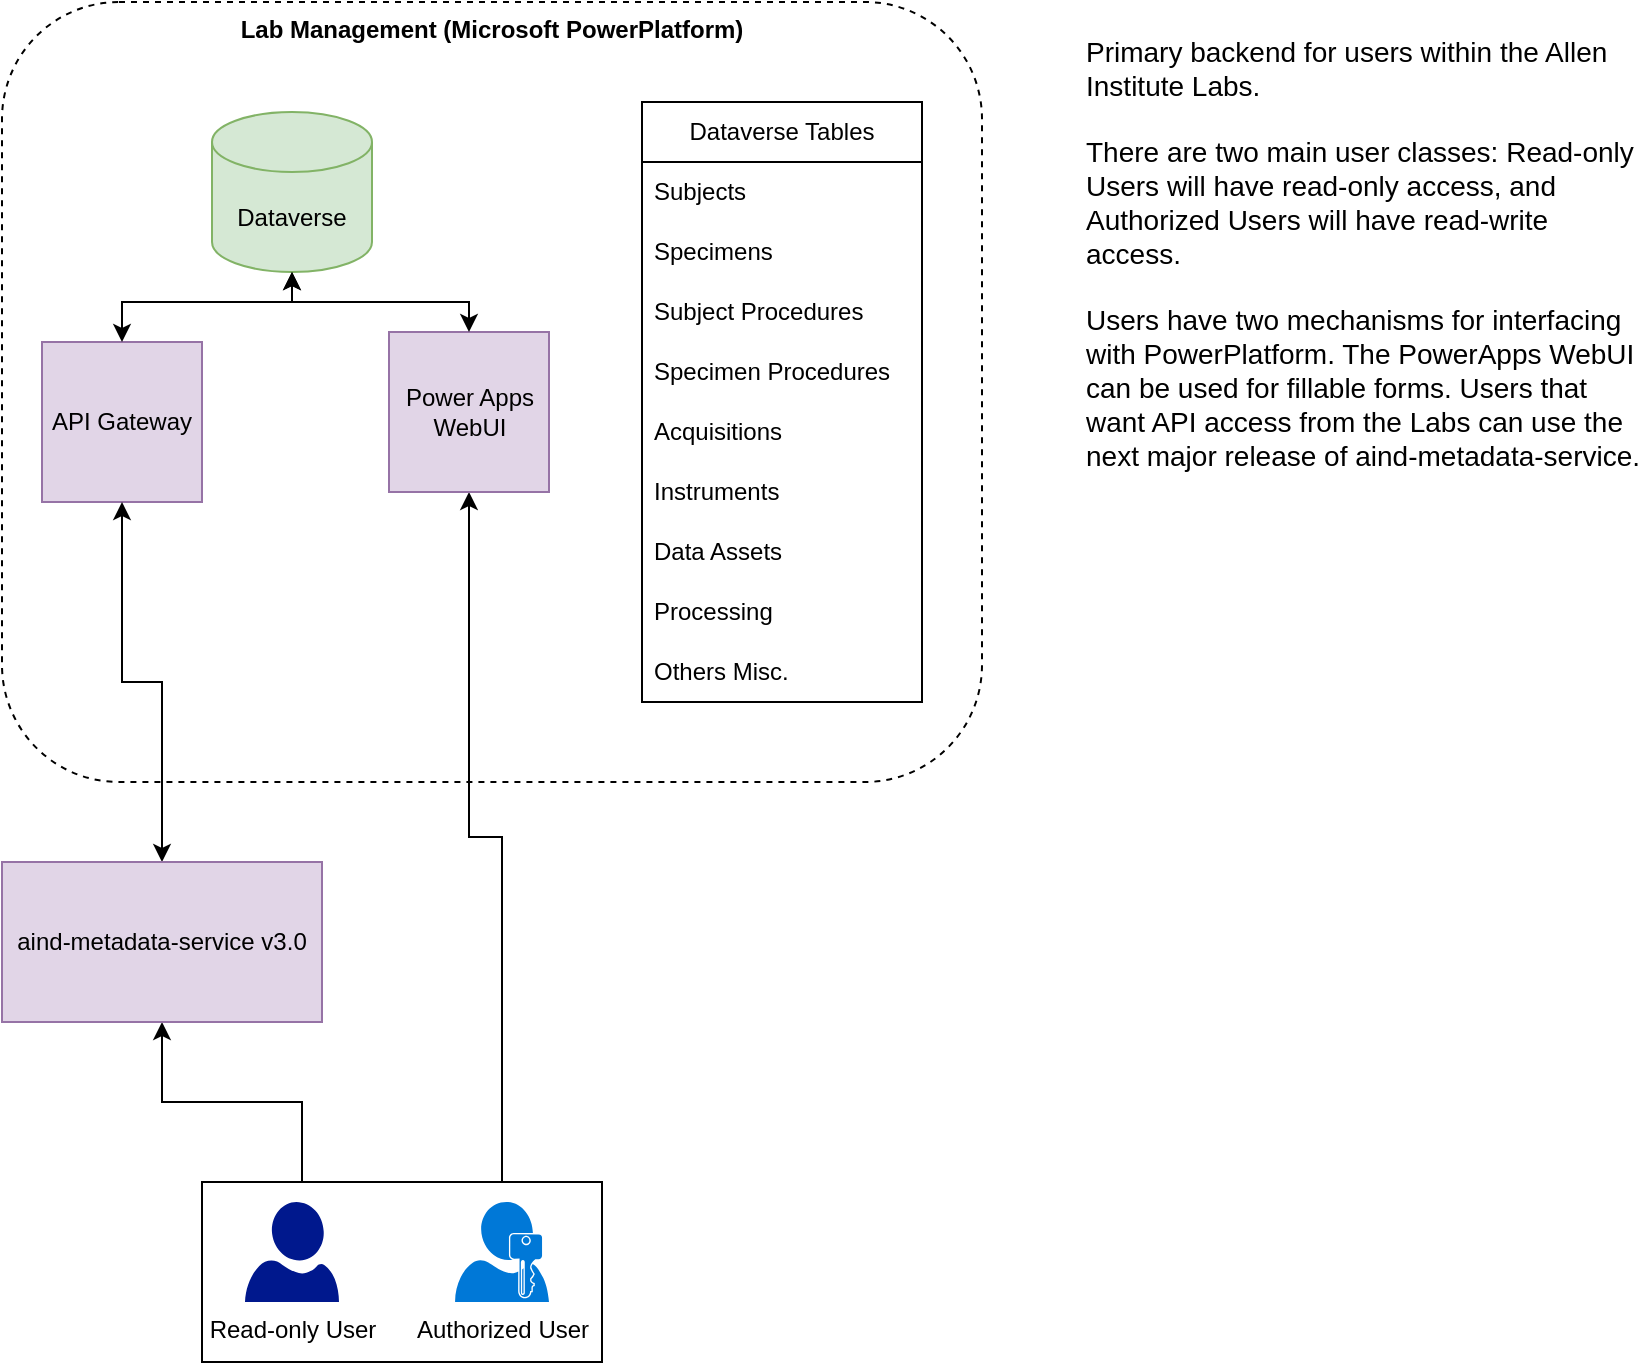
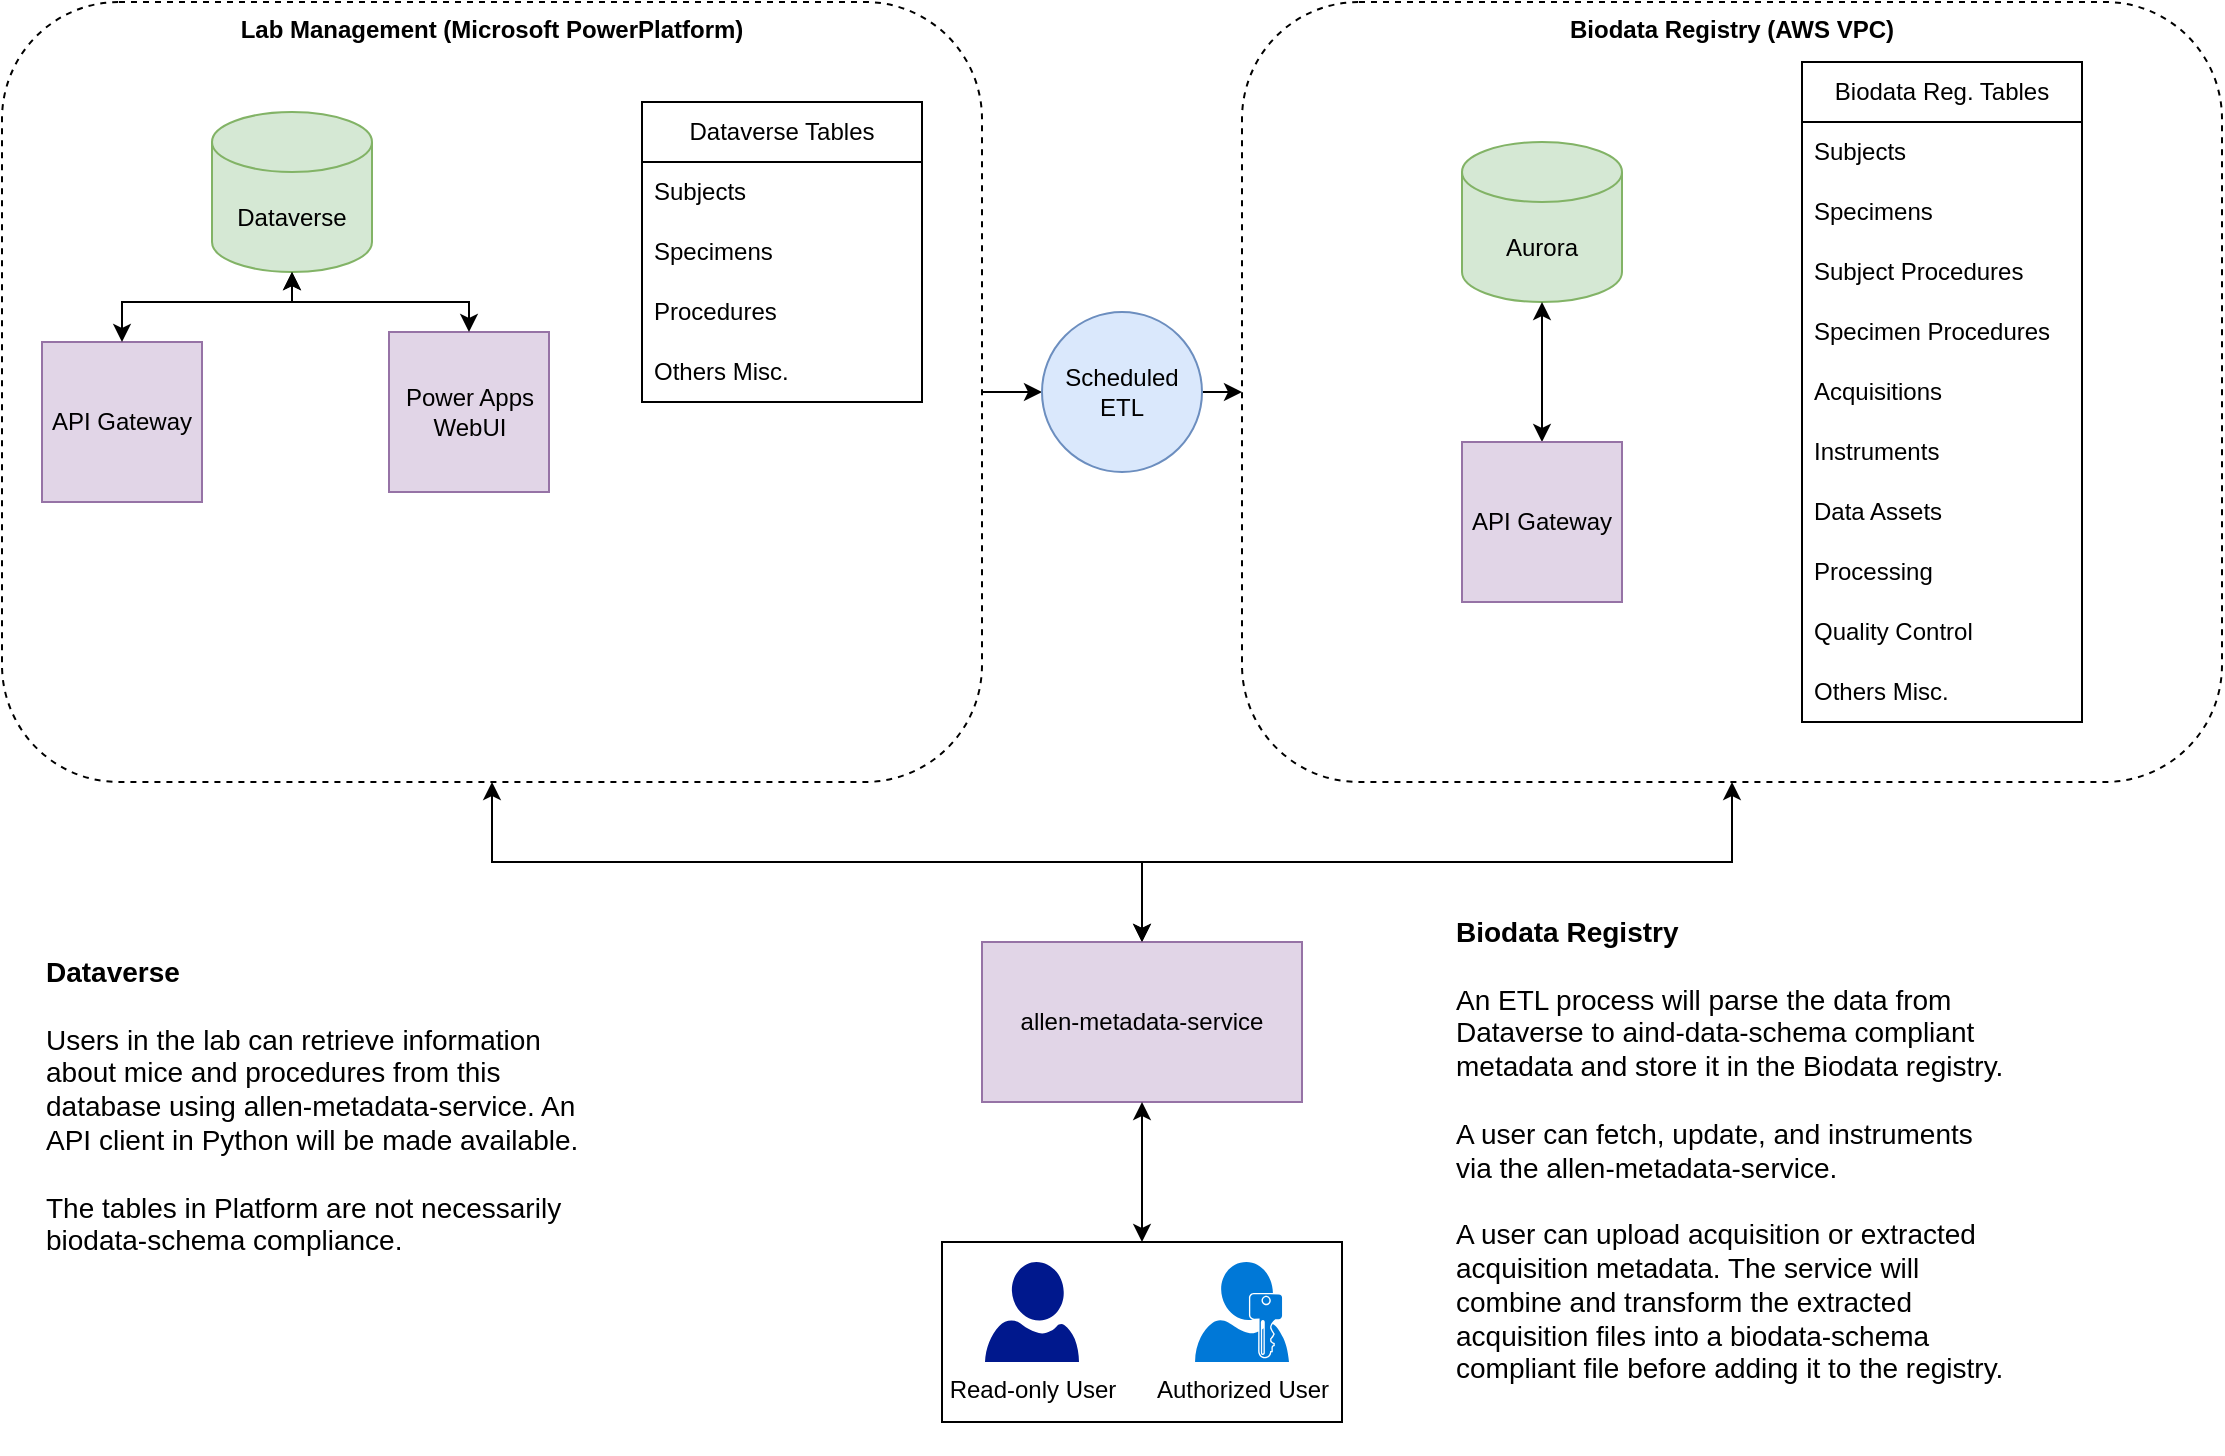
<mxfile host="app.diagrams.net" agent="Mozilla/5.0 (Windows NT 10.0; Win64; x64) AppleWebKit/537.36 (KHTML, like Gecko) draw.io/24.7.5 Chrome/126.0.6478.183 Electron/31.3.0 Safari/537.36">
  <diagram name="Overview" id="0rG7LOSmax6ssovm0o7B">
-     <mxGraphModel dx="1484" dy="1194" grid="1" gridSize="10" guides="1" tooltips="1" connect="1" arrows="1" fold="1" page="1" pageScale="1" pageWidth="1200" pageHeight="400" math="0" shadow="0">
+     <mxGraphModel dx="1781" dy="1353" grid="1" gridSize="10" guides="1" tooltips="1" connect="1" arrows="1" fold="1" page="1" pageScale="1" pageWidth="1200" pageHeight="400" math="0" shadow="0">
      <root>
        <mxCell id="SpeKbif7ejOxNLxw_tv2-0" />
        <mxCell id="SpeKbif7ejOxNLxw_tv2-1" parent="SpeKbif7ejOxNLxw_tv2-0" />
-         <mxCell id="g4FiytadgzHE6LpxqoTA-10" parent="SpeKbif7ejOxNLxw_tv2-1" style="rounded=1;whiteSpace=wrap;html=1;fillColor=default;dashed=1;verticalAlign=top;" value="&lt;b&gt;Lab Management (Microsoft PowerPlatform)&lt;/b&gt;" vertex="1">
-           <mxGeometry height="390" width="490" x="240" y="-350" as="geometry" />
-         </mxCell>
-         <mxCell id="8dIkek1foNe3HMmIUXin-17" edge="1" parent="SpeKbif7ejOxNLxw_tv2-1" source="8dIkek1foNe3HMmIUXin-15" style="edgeStyle=orthogonalEdgeStyle;rounded=0;orthogonalLoop=1;jettySize=auto;html=1;exitX=0.75;exitY=0;exitDx=0;exitDy=0;" target="pGpL98z0K4RyB47vs40O-4">
+         <mxCell id="NNWn0GaiYbIRpi_h3Rv3-15" edge="1" parent="SpeKbif7ejOxNLxw_tv2-1" source="g4FiytadgzHE6LpxqoTA-10" style="edgeStyle=orthogonalEdgeStyle;rounded=0;orthogonalLoop=1;jettySize=auto;html=1;exitX=1;exitY=0.5;exitDx=0;exitDy=0;entryX=0;entryY=0.5;entryDx=0;entryDy=0;" target="NNWn0GaiYbIRpi_h3Rv3-13">
          <mxGeometry relative="1" as="geometry" />
        </mxCell>
-         <mxCell id="8dIkek1foNe3HMmIUXin-18" edge="1" parent="SpeKbif7ejOxNLxw_tv2-1" source="8dIkek1foNe3HMmIUXin-15" style="edgeStyle=orthogonalEdgeStyle;rounded=0;orthogonalLoop=1;jettySize=auto;html=1;exitX=0.25;exitY=0;exitDx=0;exitDy=0;entryX=0.5;entryY=1;entryDx=0;entryDy=0;" target="8dIkek1foNe3HMmIUXin-9">
-           <mxGeometry relative="1" as="geometry" />
+         <mxCell id="g4FiytadgzHE6LpxqoTA-10" parent="SpeKbif7ejOxNLxw_tv2-1" style="rounded=1;whiteSpace=wrap;html=1;fillColor=default;dashed=1;verticalAlign=top;" value="&lt;b&gt;Lab Management (Microsoft PowerPlatform)&lt;/b&gt;" vertex="1">
+           <mxGeometry height="390" width="490" x="50" y="-360" as="geometry" />
        </mxCell>
        <mxCell id="pGpL98z0K4RyB47vs40O-3" parent="SpeKbif7ejOxNLxw_tv2-1" style="rounded=0;whiteSpace=wrap;html=1;fillColor=#e1d5e7;strokeColor=#9673a6;" value="API Gateway" vertex="1">
-           <mxGeometry height="80" width="80" x="260" y="-180" as="geometry" />
+           <mxGeometry height="80" width="80" x="70" y="-190" as="geometry" />
        </mxCell>
        <mxCell id="pGpL98z0K4RyB47vs40O-4" parent="SpeKbif7ejOxNLxw_tv2-1" style="rounded=0;whiteSpace=wrap;html=1;fillColor=#e1d5e7;strokeColor=#9673a6;" value="&lt;div&gt;Power Apps&lt;/div&gt;&lt;div&gt;WebUI&lt;br&gt;&lt;/div&gt;" vertex="1">
-           <mxGeometry height="80" width="80" x="433.5" y="-185" as="geometry" />
+           <mxGeometry height="80" width="80" x="243.5" y="-195" as="geometry" />
        </mxCell>
        <mxCell id="pGpL98z0K4RyB47vs40O-10" parent="SpeKbif7ejOxNLxw_tv2-1" style="swimlane;fontStyle=0;childLayout=stackLayout;horizontal=1;startSize=30;horizontalStack=0;resizeParent=1;resizeParentMax=0;resizeLast=0;collapsible=1;marginBottom=0;whiteSpace=wrap;html=1;" value="Dataverse Tables" vertex="1">
-           <mxGeometry height="300" width="140" x="560" y="-300" as="geometry" />
+           <mxGeometry height="150" width="140" x="370" y="-310" as="geometry" />
        </mxCell>
        <mxCell id="8dIkek1foNe3HMmIUXin-0" parent="pGpL98z0K4RyB47vs40O-10" style="text;strokeColor=none;fillColor=none;align=left;verticalAlign=middle;spacingLeft=4;spacingRight=4;overflow=hidden;points=[[0,0.5],[1,0.5]];portConstraint=eastwest;rotatable=0;whiteSpace=wrap;html=1;" value="Subjects" vertex="1">
          <mxGeometry height="30" width="140" y="30" as="geometry" />
        </mxCell>
        <mxCell id="8dIkek1foNe3HMmIUXin-1" parent="pGpL98z0K4RyB47vs40O-10" style="text;strokeColor=none;fillColor=none;align=left;verticalAlign=middle;spacingLeft=4;spacingRight=4;overflow=hidden;points=[[0,0.5],[1,0.5]];portConstraint=eastwest;rotatable=0;whiteSpace=wrap;html=1;" value="Specimens" vertex="1">
          <mxGeometry height="30" width="140" y="60" as="geometry" />
        </mxCell>
-         <mxCell id="pGpL98z0K4RyB47vs40O-11" parent="pGpL98z0K4RyB47vs40O-10" style="text;strokeColor=none;fillColor=none;align=left;verticalAlign=middle;spacingLeft=4;spacingRight=4;overflow=hidden;points=[[0,0.5],[1,0.5]];portConstraint=eastwest;rotatable=0;whiteSpace=wrap;html=1;" value="Subject Procedures" vertex="1">
+         <mxCell id="pGpL98z0K4RyB47vs40O-11" parent="pGpL98z0K4RyB47vs40O-10" style="text;strokeColor=none;fillColor=none;align=left;verticalAlign=middle;spacingLeft=4;spacingRight=4;overflow=hidden;points=[[0,0.5],[1,0.5]];portConstraint=eastwest;rotatable=0;whiteSpace=wrap;html=1;" value="Procedures" vertex="1">
          <mxGeometry height="30" width="140" y="90" as="geometry" />
        </mxCell>
-         <mxCell id="pGpL98z0K4RyB47vs40O-12" parent="pGpL98z0K4RyB47vs40O-10" style="text;strokeColor=none;fillColor=none;align=left;verticalAlign=middle;spacingLeft=4;spacingRight=4;overflow=hidden;points=[[0,0.5],[1,0.5]];portConstraint=eastwest;rotatable=0;whiteSpace=wrap;html=1;" value="Specimen Procedures" vertex="1">
+         <mxCell id="pGpL98z0K4RyB47vs40O-19" parent="pGpL98z0K4RyB47vs40O-10" style="text;strokeColor=none;fillColor=none;align=left;verticalAlign=middle;spacingLeft=4;spacingRight=4;overflow=hidden;points=[[0,0.5],[1,0.5]];portConstraint=eastwest;rotatable=0;whiteSpace=wrap;html=1;" value="Others Misc." vertex="1">
          <mxGeometry height="30" width="140" y="120" as="geometry" />
        </mxCell>
-         <mxCell id="pGpL98z0K4RyB47vs40O-13" parent="pGpL98z0K4RyB47vs40O-10" style="text;strokeColor=none;fillColor=none;align=left;verticalAlign=middle;spacingLeft=4;spacingRight=4;overflow=hidden;points=[[0,0.5],[1,0.5]];portConstraint=eastwest;rotatable=0;whiteSpace=wrap;html=1;" value="Acquisitions" vertex="1">
-           <mxGeometry height="30" width="140" y="150" as="geometry" />
-         </mxCell>
-         <mxCell id="pGpL98z0K4RyB47vs40O-20" parent="pGpL98z0K4RyB47vs40O-10" style="text;strokeColor=none;fillColor=none;align=left;verticalAlign=middle;spacingLeft=4;spacingRight=4;overflow=hidden;points=[[0,0.5],[1,0.5]];portConstraint=eastwest;rotatable=0;whiteSpace=wrap;html=1;" value="Instruments" vertex="1">
-           <mxGeometry height="30" width="140" y="180" as="geometry" />
-         </mxCell>
-         <mxCell id="8dIkek1foNe3HMmIUXin-3" parent="pGpL98z0K4RyB47vs40O-10" style="text;strokeColor=none;fillColor=none;align=left;verticalAlign=middle;spacingLeft=4;spacingRight=4;overflow=hidden;points=[[0,0.5],[1,0.5]];portConstraint=eastwest;rotatable=0;whiteSpace=wrap;html=1;" value="Data Assets" vertex="1">
-           <mxGeometry height="30" width="140" y="210" as="geometry" />
-         </mxCell>
-         <mxCell id="8dIkek1foNe3HMmIUXin-2" parent="pGpL98z0K4RyB47vs40O-10" style="text;strokeColor=none;fillColor=none;align=left;verticalAlign=middle;spacingLeft=4;spacingRight=4;overflow=hidden;points=[[0,0.5],[1,0.5]];portConstraint=eastwest;rotatable=0;whiteSpace=wrap;html=1;" value="Processing" vertex="1">
-           <mxGeometry height="30" width="140" y="240" as="geometry" />
-         </mxCell>
-         <mxCell id="pGpL98z0K4RyB47vs40O-19" parent="pGpL98z0K4RyB47vs40O-10" style="text;strokeColor=none;fillColor=none;align=left;verticalAlign=middle;spacingLeft=4;spacingRight=4;overflow=hidden;points=[[0,0.5],[1,0.5]];portConstraint=eastwest;rotatable=0;whiteSpace=wrap;html=1;" value="Others Misc." vertex="1">
-           <mxGeometry height="30" width="140" y="270" as="geometry" />
-         </mxCell>
-         <mxCell id="8dIkek1foNe3HMmIUXin-4" parent="SpeKbif7ejOxNLxw_tv2-1" style="text;html=1;whiteSpace=wrap;strokeColor=none;fillColor=none;align=left;verticalAlign=top;rounded=0;fontSize=14;" value="&lt;div&gt;Primary backend for users within the Allen Institute Labs.&lt;/div&gt;&lt;div&gt;&lt;br&gt;&lt;/div&gt;&lt;div&gt;There are two main user classes: Read-only Users will have read-only access, and Authorized Users will have read-write access.&lt;/div&gt;&lt;div&gt;&lt;br&gt;&lt;/div&gt;&lt;div&gt;Users have two mechanisms for interfacing with PowerPlatform. The PowerApps WebUI can be used for fillable forms. Users that want API access from the Labs can use the next major release of aind‑metadata‑service.&lt;br&gt;&lt;/div&gt;&lt;div&gt;&lt;br&gt;&lt;/div&gt;&lt;div&gt;&lt;br&gt;&lt;/div&gt;" vertex="1">
-           <mxGeometry height="210" width="280" x="780" y="-340" as="geometry" />
+         <mxCell id="8dIkek1foNe3HMmIUXin-4" parent="SpeKbif7ejOxNLxw_tv2-1" style="text;html=1;whiteSpace=wrap;strokeColor=none;fillColor=none;align=left;verticalAlign=top;rounded=0;fontSize=14;" value="&lt;div&gt;&lt;b&gt;Dataverse&lt;/b&gt;&lt;br&gt;&lt;/div&gt;&lt;div&gt;&lt;br&gt;&lt;/div&gt;Users in the lab can retrieve information about mice and procedures from this database using allen-metadata-service. An API client in Python will be made available.&lt;br&gt;&lt;div&gt;&lt;br&gt;&lt;/div&gt;&lt;div&gt;The tables in Platform are not necessarily biodata-schema compliance.&lt;br&gt;&lt;/div&gt;&lt;div&gt;&lt;br&gt;&lt;/div&gt;&lt;div&gt;&lt;br&gt;&lt;/div&gt;" vertex="1">
+           <mxGeometry height="220" width="280" x="70" y="110" as="geometry" />
        </mxCell>
        <mxCell id="8dIkek1foNe3HMmIUXin-5" parent="SpeKbif7ejOxNLxw_tv2-1" style="shape=cylinder3;whiteSpace=wrap;html=1;boundedLbl=1;backgroundOutline=1;size=15;fillColor=#d5e8d4;strokeColor=#82b366;" value="Dataverse" vertex="1">
-           <mxGeometry height="80" width="80" x="345" y="-295" as="geometry" />
+           <mxGeometry height="80" width="80" x="155" y="-305" as="geometry" />
        </mxCell>
        <mxCell id="8dIkek1foNe3HMmIUXin-7" edge="1" parent="SpeKbif7ejOxNLxw_tv2-1" source="pGpL98z0K4RyB47vs40O-3" style="edgeStyle=orthogonalEdgeStyle;rounded=0;orthogonalLoop=1;jettySize=auto;html=1;exitX=0.5;exitY=0;exitDx=0;exitDy=0;entryX=0.5;entryY=1;entryDx=0;entryDy=0;entryPerimeter=0;startArrow=classic;startFill=1;" target="8dIkek1foNe3HMmIUXin-5">
          <mxGeometry relative="1" as="geometry">
            <Array as="points">
-               <mxPoint x="300" y="-200" />
-               <mxPoint x="385" y="-200" />
+               <mxPoint x="110" y="-210" />
+               <mxPoint x="195" y="-210" />
            </Array>
          </mxGeometry>
        </mxCell>
        <mxCell id="8dIkek1foNe3HMmIUXin-8" edge="1" parent="SpeKbif7ejOxNLxw_tv2-1" source="pGpL98z0K4RyB47vs40O-4" style="edgeStyle=orthogonalEdgeStyle;rounded=0;orthogonalLoop=1;jettySize=auto;html=1;exitX=0.5;exitY=0;exitDx=0;exitDy=0;entryX=0.5;entryY=1;entryDx=0;entryDy=0;entryPerimeter=0;startArrow=classic;startFill=1;" target="8dIkek1foNe3HMmIUXin-5">
          <mxGeometry relative="1" as="geometry">
            <Array as="points">
-               <mxPoint x="474" y="-200" />
-               <mxPoint x="385" y="-200" />
+               <mxPoint x="284" y="-210" />
+               <mxPoint x="195" y="-210" />
            </Array>
          </mxGeometry>
        </mxCell>
-         <mxCell id="8dIkek1foNe3HMmIUXin-10" edge="1" parent="SpeKbif7ejOxNLxw_tv2-1" source="8dIkek1foNe3HMmIUXin-9" style="edgeStyle=orthogonalEdgeStyle;rounded=0;orthogonalLoop=1;jettySize=auto;html=1;exitX=0.5;exitY=0;exitDx=0;exitDy=0;entryX=0.5;entryY=1;entryDx=0;entryDy=0;startArrow=classic;startFill=1;" target="pGpL98z0K4RyB47vs40O-3">
+         <mxCell id="NNWn0GaiYbIRpi_h3Rv3-18" edge="1" parent="SpeKbif7ejOxNLxw_tv2-1" source="8dIkek1foNe3HMmIUXin-9" style="edgeStyle=orthogonalEdgeStyle;rounded=0;orthogonalLoop=1;jettySize=auto;html=1;exitX=0.5;exitY=0;exitDx=0;exitDy=0;entryX=0.5;entryY=1;entryDx=0;entryDy=0;startArrow=classic;startFill=1;" target="NNWn0GaiYbIRpi_h3Rv3-0">
          <mxGeometry relative="1" as="geometry" />
        </mxCell>
-         <mxCell id="8dIkek1foNe3HMmIUXin-9" parent="SpeKbif7ejOxNLxw_tv2-1" style="rounded=0;whiteSpace=wrap;html=1;fillColor=#e1d5e7;strokeColor=#9673a6;" value="aind-metadata-service v3.0" vertex="1">
-           <mxGeometry height="80" width="160" x="240" y="80" as="geometry" />
+         <mxCell id="8dIkek1foNe3HMmIUXin-9" parent="SpeKbif7ejOxNLxw_tv2-1" style="rounded=0;whiteSpace=wrap;html=1;fillColor=#e1d5e7;strokeColor=#9673a6;" value="allen-metadata-service" vertex="1">
+           <mxGeometry height="80" width="160" x="540" y="110" as="geometry" />
        </mxCell>
        <mxCell id="8dIkek1foNe3HMmIUXin-19" connectable="0" parent="SpeKbif7ejOxNLxw_tv2-1" style="group" value="" vertex="1">
-           <mxGeometry height="90" width="200" x="340" y="240" as="geometry" />
+           <mxGeometry height="90" width="200" x="520" y="260" as="geometry" />
        </mxCell>
        <mxCell id="8dIkek1foNe3HMmIUXin-15" parent="8dIkek1foNe3HMmIUXin-19" style="rounded=0;whiteSpace=wrap;html=1;" value="" vertex="1">
          <mxGeometry height="90" width="200" as="geometry" />
        </mxCell>
        <mxCell id="8dIkek1foNe3HMmIUXin-13" parent="8dIkek1foNe3HMmIUXin-19" style="sketch=0;aspect=fixed;pointerEvents=1;shadow=0;dashed=0;html=1;strokeColor=none;labelPosition=center;verticalLabelPosition=bottom;verticalAlign=top;align=center;fillColor=#00188D;shape=mxgraph.azure.user" value="Read-only User" vertex="1">
          <mxGeometry height="50" width="47" x="21.5" y="10" as="geometry" />
        </mxCell>
        <mxCell id="8dIkek1foNe3HMmIUXin-14" parent="8dIkek1foNe3HMmIUXin-19" style="sketch=0;aspect=fixed;pointerEvents=1;shadow=0;dashed=0;html=1;strokeColor=none;labelPosition=center;verticalLabelPosition=bottom;verticalAlign=top;align=center;shape=mxgraph.mscae.enterprise.user_permissions;fillColor=#0078D7;" value="Authorized User" vertex="1">
          <mxGeometry height="50" width="47" x="126.5" y="10" as="geometry" />
        </mxCell>
+         <mxCell id="NNWn0GaiYbIRpi_h3Rv3-0" parent="SpeKbif7ejOxNLxw_tv2-1" style="rounded=1;whiteSpace=wrap;html=1;fillColor=default;dashed=1;verticalAlign=top;" value="&lt;b&gt;Biodata Registry (AWS VPC)&lt;/b&gt;" vertex="1">
+           <mxGeometry height="390" width="490" x="670" y="-360" as="geometry" />
+         </mxCell>
+         <mxCell id="NNWn0GaiYbIRpi_h3Rv3-1" parent="SpeKbif7ejOxNLxw_tv2-1" style="shape=cylinder3;whiteSpace=wrap;html=1;boundedLbl=1;backgroundOutline=1;size=15;fillColor=#d5e8d4;strokeColor=#82b366;" value="Aurora" vertex="1">
+           <mxGeometry height="80" width="80" x="780" y="-290" as="geometry" />
+         </mxCell>
+         <mxCell id="NNWn0GaiYbIRpi_h3Rv3-21" edge="1" parent="SpeKbif7ejOxNLxw_tv2-1" source="NNWn0GaiYbIRpi_h3Rv3-2" style="edgeStyle=orthogonalEdgeStyle;rounded=0;orthogonalLoop=1;jettySize=auto;html=1;exitX=0.5;exitY=0;exitDx=0;exitDy=0;startArrow=classic;startFill=1;" target="NNWn0GaiYbIRpi_h3Rv3-1">
+           <mxGeometry relative="1" as="geometry" />
+         </mxCell>
+         <mxCell id="NNWn0GaiYbIRpi_h3Rv3-2" parent="SpeKbif7ejOxNLxw_tv2-1" style="rounded=0;whiteSpace=wrap;html=1;fillColor=#e1d5e7;strokeColor=#9673a6;" value="API Gateway" vertex="1">
+           <mxGeometry height="80" width="80" x="780" y="-140" as="geometry" />
+         </mxCell>
+         <mxCell id="NNWn0GaiYbIRpi_h3Rv3-3" parent="SpeKbif7ejOxNLxw_tv2-1" style="swimlane;fontStyle=0;childLayout=stackLayout;horizontal=1;startSize=30;horizontalStack=0;resizeParent=1;resizeParentMax=0;resizeLast=0;collapsible=1;marginBottom=0;whiteSpace=wrap;html=1;" value="Biodata Reg. Tables" vertex="1">
+           <mxGeometry height="330" width="140" x="950" y="-330" as="geometry" />
+         </mxCell>
+         <mxCell id="NNWn0GaiYbIRpi_h3Rv3-4" parent="NNWn0GaiYbIRpi_h3Rv3-3" style="text;strokeColor=none;fillColor=none;align=left;verticalAlign=middle;spacingLeft=4;spacingRight=4;overflow=hidden;points=[[0,0.5],[1,0.5]];portConstraint=eastwest;rotatable=0;whiteSpace=wrap;html=1;" value="Subjects" vertex="1">
+           <mxGeometry height="30" width="140" y="30" as="geometry" />
+         </mxCell>
+         <mxCell id="NNWn0GaiYbIRpi_h3Rv3-5" parent="NNWn0GaiYbIRpi_h3Rv3-3" style="text;strokeColor=none;fillColor=none;align=left;verticalAlign=middle;spacingLeft=4;spacingRight=4;overflow=hidden;points=[[0,0.5],[1,0.5]];portConstraint=eastwest;rotatable=0;whiteSpace=wrap;html=1;" value="Specimens" vertex="1">
+           <mxGeometry height="30" width="140" y="60" as="geometry" />
+         </mxCell>
+         <mxCell id="NNWn0GaiYbIRpi_h3Rv3-6" parent="NNWn0GaiYbIRpi_h3Rv3-3" style="text;strokeColor=none;fillColor=none;align=left;verticalAlign=middle;spacingLeft=4;spacingRight=4;overflow=hidden;points=[[0,0.5],[1,0.5]];portConstraint=eastwest;rotatable=0;whiteSpace=wrap;html=1;" value="Subject Procedures" vertex="1">
+           <mxGeometry height="30" width="140" y="90" as="geometry" />
+         </mxCell>
+         <mxCell id="NNWn0GaiYbIRpi_h3Rv3-7" parent="NNWn0GaiYbIRpi_h3Rv3-3" style="text;strokeColor=none;fillColor=none;align=left;verticalAlign=middle;spacingLeft=4;spacingRight=4;overflow=hidden;points=[[0,0.5],[1,0.5]];portConstraint=eastwest;rotatable=0;whiteSpace=wrap;html=1;" value="Specimen Procedures" vertex="1">
+           <mxGeometry height="30" width="140" y="120" as="geometry" />
+         </mxCell>
+         <mxCell id="NNWn0GaiYbIRpi_h3Rv3-8" parent="NNWn0GaiYbIRpi_h3Rv3-3" style="text;strokeColor=none;fillColor=none;align=left;verticalAlign=middle;spacingLeft=4;spacingRight=4;overflow=hidden;points=[[0,0.5],[1,0.5]];portConstraint=eastwest;rotatable=0;whiteSpace=wrap;html=1;" value="Acquisitions" vertex="1">
+           <mxGeometry height="30" width="140" y="150" as="geometry" />
+         </mxCell>
+         <mxCell id="NNWn0GaiYbIRpi_h3Rv3-9" parent="NNWn0GaiYbIRpi_h3Rv3-3" style="text;strokeColor=none;fillColor=none;align=left;verticalAlign=middle;spacingLeft=4;spacingRight=4;overflow=hidden;points=[[0,0.5],[1,0.5]];portConstraint=eastwest;rotatable=0;whiteSpace=wrap;html=1;" value="Instruments" vertex="1">
+           <mxGeometry height="30" width="140" y="180" as="geometry" />
+         </mxCell>
+         <mxCell id="NNWn0GaiYbIRpi_h3Rv3-10" parent="NNWn0GaiYbIRpi_h3Rv3-3" style="text;strokeColor=none;fillColor=none;align=left;verticalAlign=middle;spacingLeft=4;spacingRight=4;overflow=hidden;points=[[0,0.5],[1,0.5]];portConstraint=eastwest;rotatable=0;whiteSpace=wrap;html=1;" value="Data Assets" vertex="1">
+           <mxGeometry height="30" width="140" y="210" as="geometry" />
+         </mxCell>
+         <mxCell id="NNWn0GaiYbIRpi_h3Rv3-11" parent="NNWn0GaiYbIRpi_h3Rv3-3" style="text;strokeColor=none;fillColor=none;align=left;verticalAlign=middle;spacingLeft=4;spacingRight=4;overflow=hidden;points=[[0,0.5],[1,0.5]];portConstraint=eastwest;rotatable=0;whiteSpace=wrap;html=1;" value="Processing" vertex="1">
+           <mxGeometry height="30" width="140" y="240" as="geometry" />
+         </mxCell>
+         <mxCell id="NNWn0GaiYbIRpi_h3Rv3-22" parent="NNWn0GaiYbIRpi_h3Rv3-3" style="text;strokeColor=none;fillColor=none;align=left;verticalAlign=middle;spacingLeft=4;spacingRight=4;overflow=hidden;points=[[0,0.5],[1,0.5]];portConstraint=eastwest;rotatable=0;whiteSpace=wrap;html=1;" value="Quality Control" vertex="1">
+           <mxGeometry height="30" width="140" y="270" as="geometry" />
+         </mxCell>
+         <mxCell id="NNWn0GaiYbIRpi_h3Rv3-12" parent="NNWn0GaiYbIRpi_h3Rv3-3" style="text;strokeColor=none;fillColor=none;align=left;verticalAlign=middle;spacingLeft=4;spacingRight=4;overflow=hidden;points=[[0,0.5],[1,0.5]];portConstraint=eastwest;rotatable=0;whiteSpace=wrap;html=1;" value="Others Misc." vertex="1">
+           <mxGeometry height="30" width="140" y="300" as="geometry" />
+         </mxCell>
+         <mxCell id="NNWn0GaiYbIRpi_h3Rv3-16" edge="1" parent="SpeKbif7ejOxNLxw_tv2-1" source="NNWn0GaiYbIRpi_h3Rv3-13" style="edgeStyle=orthogonalEdgeStyle;rounded=0;orthogonalLoop=1;jettySize=auto;html=1;exitX=1;exitY=0.5;exitDx=0;exitDy=0;entryX=0;entryY=0.5;entryDx=0;entryDy=0;" target="NNWn0GaiYbIRpi_h3Rv3-0">
+           <mxGeometry relative="1" as="geometry" />
+         </mxCell>
+         <mxCell id="NNWn0GaiYbIRpi_h3Rv3-13" parent="SpeKbif7ejOxNLxw_tv2-1" style="ellipse;whiteSpace=wrap;html=1;fillColor=#dae8fc;strokeColor=#6c8ebf;" value="&lt;div&gt;Scheduled&lt;/div&gt;&lt;div&gt;ETL&lt;br&gt;&lt;/div&gt;" vertex="1">
+           <mxGeometry height="80" width="80" x="570" y="-205" as="geometry" />
+         </mxCell>
+         <mxCell id="NNWn0GaiYbIRpi_h3Rv3-17" edge="1" parent="SpeKbif7ejOxNLxw_tv2-1" source="8dIkek1foNe3HMmIUXin-9" style="edgeStyle=orthogonalEdgeStyle;rounded=0;orthogonalLoop=1;jettySize=auto;html=1;exitX=0.5;exitY=0;exitDx=0;exitDy=0;entryX=0.5;entryY=1;entryDx=0;entryDy=0;startArrow=classic;startFill=1;" target="g4FiytadgzHE6LpxqoTA-10">
+           <mxGeometry relative="1" as="geometry" />
+         </mxCell>
+         <mxCell id="NNWn0GaiYbIRpi_h3Rv3-19" edge="1" parent="SpeKbif7ejOxNLxw_tv2-1" source="8dIkek1foNe3HMmIUXin-15" style="edgeStyle=orthogonalEdgeStyle;rounded=0;orthogonalLoop=1;jettySize=auto;html=1;exitX=0.5;exitY=0;exitDx=0;exitDy=0;entryX=0.5;entryY=1;entryDx=0;entryDy=0;startArrow=classic;startFill=1;" target="8dIkek1foNe3HMmIUXin-9">
+           <mxGeometry relative="1" as="geometry" />
+         </mxCell>
+         <mxCell id="NNWn0GaiYbIRpi_h3Rv3-20" parent="SpeKbif7ejOxNLxw_tv2-1" style="text;html=1;whiteSpace=wrap;strokeColor=none;fillColor=none;align=left;verticalAlign=top;rounded=0;fontSize=14;" value="&lt;div&gt;&lt;b&gt;Biodata Registry&lt;/b&gt;&lt;br&gt;&lt;/div&gt;&lt;div&gt;&lt;br&gt;&lt;/div&gt;&lt;div&gt;An ETL process will parse the data from Dataverse to aind-data-schema compliant metadata and store it in the Biodata registry.&lt;/div&gt;&lt;div&gt;&lt;br&gt;&lt;/div&gt;&lt;div&gt;A user can fetch, update, and instruments via the allen-metadata-service.&lt;/div&gt;&lt;div&gt;&lt;br&gt;&lt;/div&gt;&lt;div&gt;A user can upload acquisition or extracted acquisition metadata. The service will combine and transform the extracted acquisition files into a biodata-schema compliant file before adding it to the registry. &lt;br&gt;&lt;/div&gt;&lt;div&gt;&lt;br&gt;&lt;/div&gt;&lt;div&gt;&lt;br&gt;&lt;/div&gt;" vertex="1">
+           <mxGeometry height="270" width="280" x="775" y="90" as="geometry" />
+         </mxCell>
      </root>
    </mxGraphModel>
  </diagram>
</mxfile>
